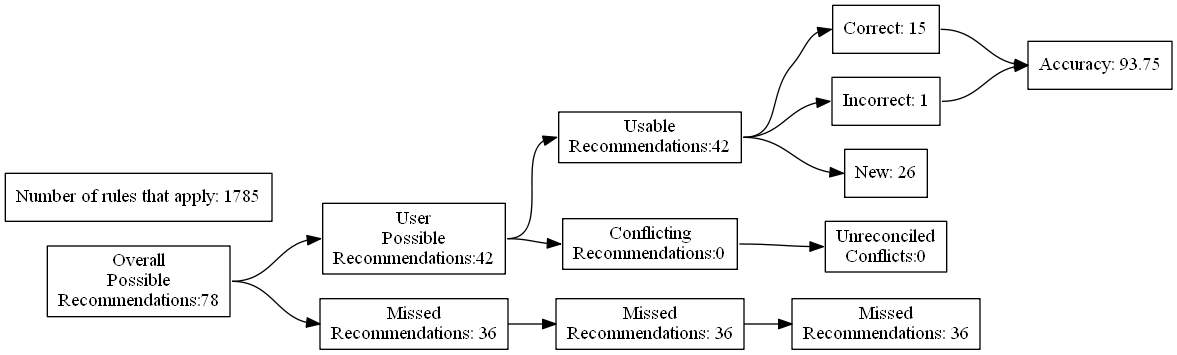
Earlier version of the Graphviz export test_renders/37.gv.png (ZaxR/ibd_diet_analysis). Its source is kept beside it as test_renders/37.gv.
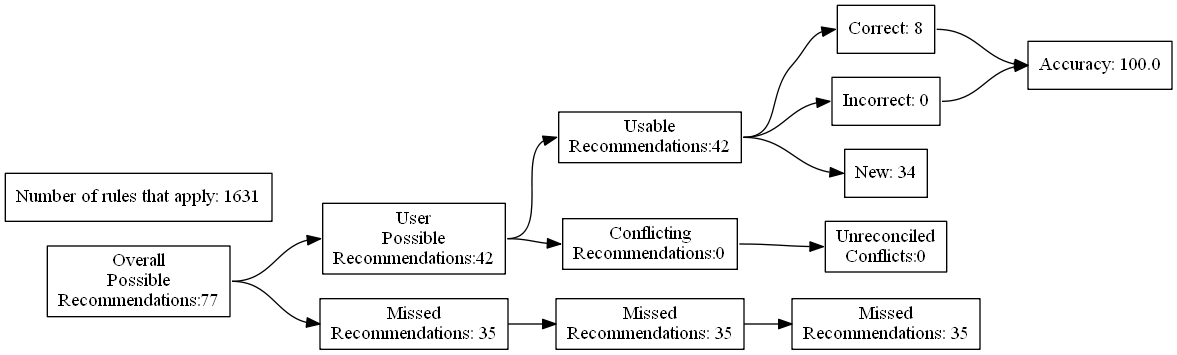
Later version of the same file.

What changed in the source:
```diff
@@ -4,27 +4,27 @@
 	edge [headport=w tailport=e]
 		A [label="Overall
 Possible
-Recommendations:78"]
+Recommendations:77"]
 		B [label="User
 Possible
 Recommendations:42"]
 		C [label="Missed
-Recommendations: 36"]
+Recommendations: 35"]
 		D [label="Usable
 Recommendations:42"]
 		E [label="Conflicting
 Recommendations:0"]
 		J [label="Missed
-Recommendations: 36"]
+Recommendations: 35"]
 		M [label="Unreconciled
 Conflicts:0"]
-		F [label="Correct: 15"]
-		G [label="Incorrect: 1"]
-		H [label="New: 26"]
+		F [label="Correct: 8"]
+		G [label="Incorrect: 0"]
+		H [label="New: 34"]
 		K [label="Missed
-Recommendations: 36"]
-		I [label="Accuracy: 93.75"]
-		l [label="Number of rules that apply: 1785"]
+Recommendations: 35"]
+		I [label="Accuracy: 100.0"]
+		l [label="Number of rules that apply: 1631"]
 			A -> B
 			A -> C
 			B -> D
```
